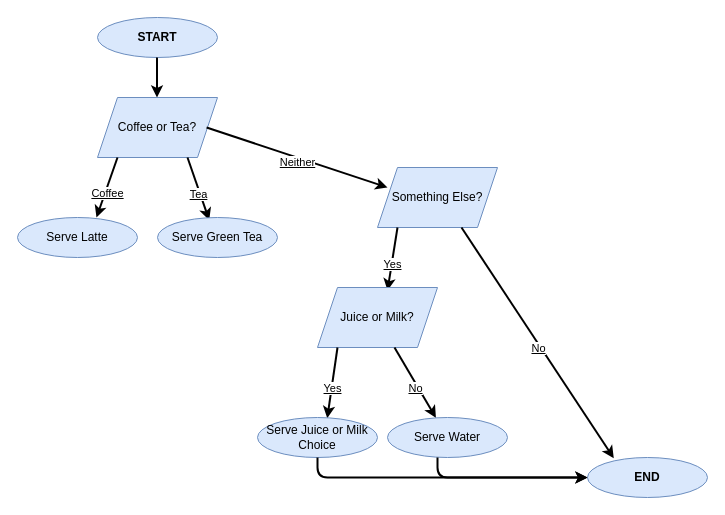
yogicoderanne/Mod-1-User-Question-Pseudocode-Flowchart keeps this draw.io diagram as User Question Pseudocode and Flowchart.drawio. Above is the earlier version. Source tidied: cells renumbered, new cells numbered last; positions are measured from the earlier drawing's top-left corner, leaving out a move shared by most shapes. Both pictures are drawn from the tidied source at 100%, with x=0, y=0 at pixel (17, 17).
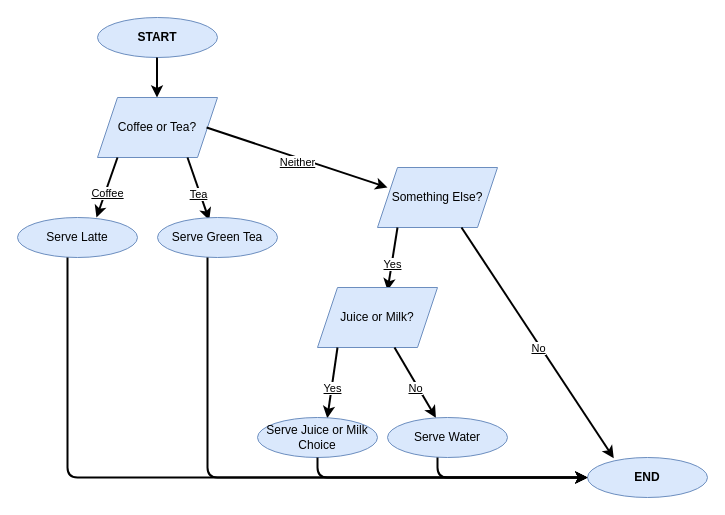
After the change.

Commit message:
Added two more arrows to final terminator

Change to the diagram source:
```diff
@@
+    <mxCell id="28" style="endArrow=classic;html=1;strokeWidth=2;" parent="1" edge="1">
+      <mxGeometry relative="1" as="geometry">
+        <mxPoint x="50" y="240" as="sourcePoint" />
+        <mxPoint x="570" y="460" as="targetPoint" />
+        <Array as="points">
+          <mxPoint x="50" y="460" />
+        </Array>
+      </mxGeometry>
+    </mxCell>
+    <mxCell id="29" style="endArrow=classic;html=1;strokeWidth=2;" parent="1" edge="1">
+      <mxGeometry relative="1" as="geometry">
+        <mxPoint x="190" y="240" as="sourcePoint" />
+        <mxPoint x="570" y="460" as="targetPoint" />
+        <Array as="points">
+          <mxPoint x="190" y="460" />
+        </Array>
+      </mxGeometry>
+    </mxCell>
```
